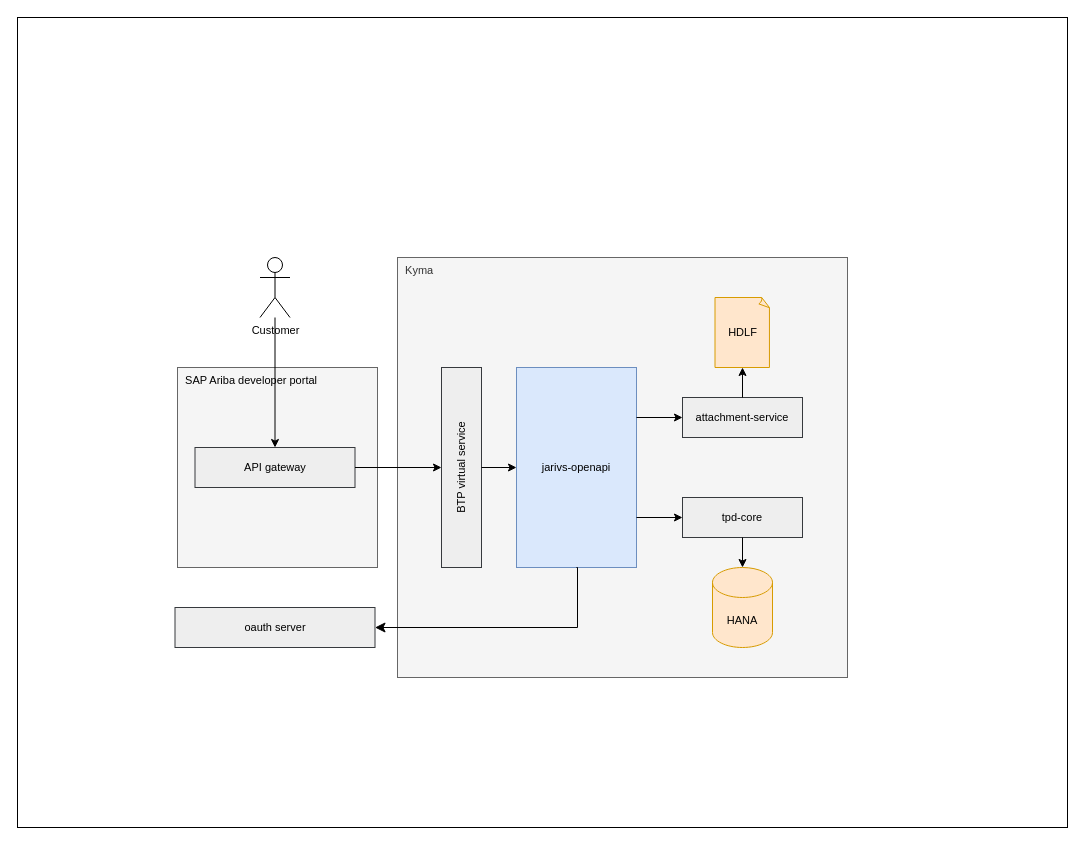
Before: page "Page-1" (1 of 3) of certification-ng.drawio in huangshijie/Drawio, a draw.io diagram. Source tidied: cells renumbered, new cells numbered last; positions are measured from the earlier drawing's top-left corner, leaving out a move shared by most shapes. Both pictures are drawn from the tidied source at 100%, with x=0, y=0 at pixel (17, 17).
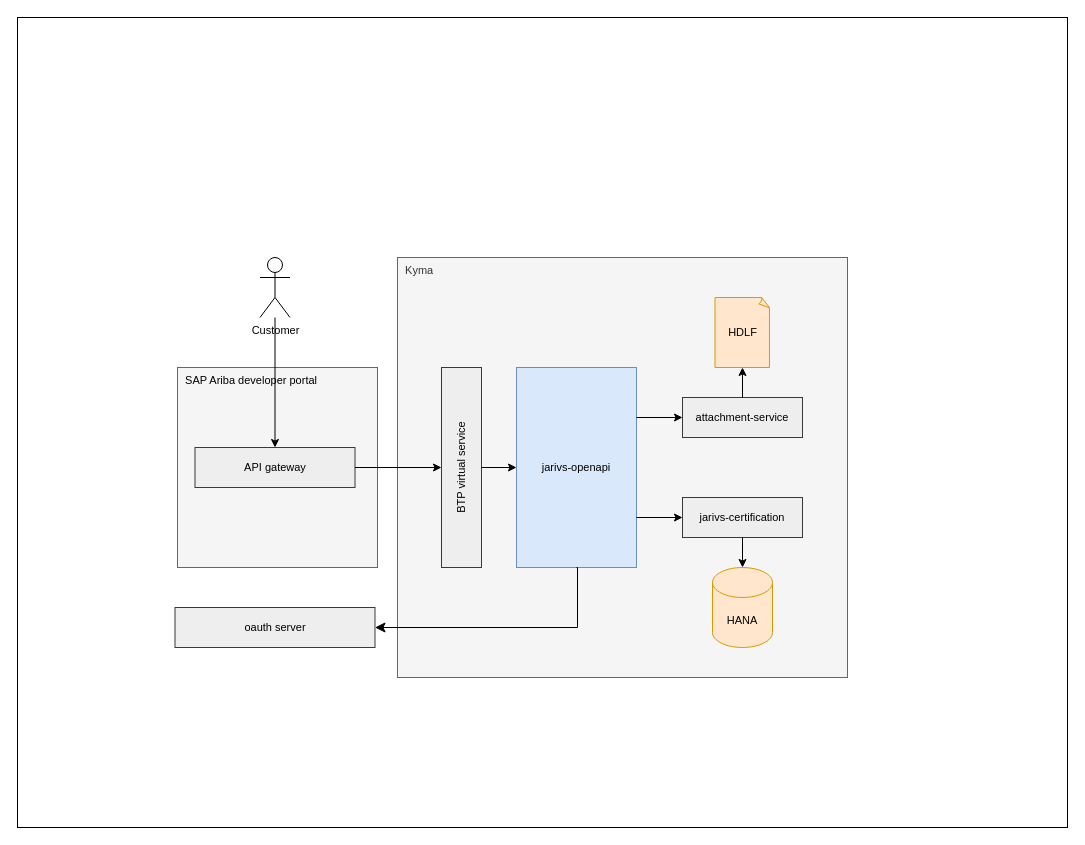
Above is the later version.

Diff of the diagram source:
```diff
@@
-    <mxCell id="6" value="tpd-core" style="rounded=0;whiteSpace=wrap;html=1;fillColor=#eeeeee;strokeColor=#36393d;fontSize=11;" parent="1" vertex="1">
+    <mxCell id="6" value="jarivs-certification" style="rounded=0;whiteSpace=wrap;html=1;fillColor=#eeeeee;strokeColor=#36393d;fontSize=11;" parent="1" vertex="1">
       <mxGeometry x="665" y="480" width="120" height="40" as="geometry" />
     </mxCell>
```
